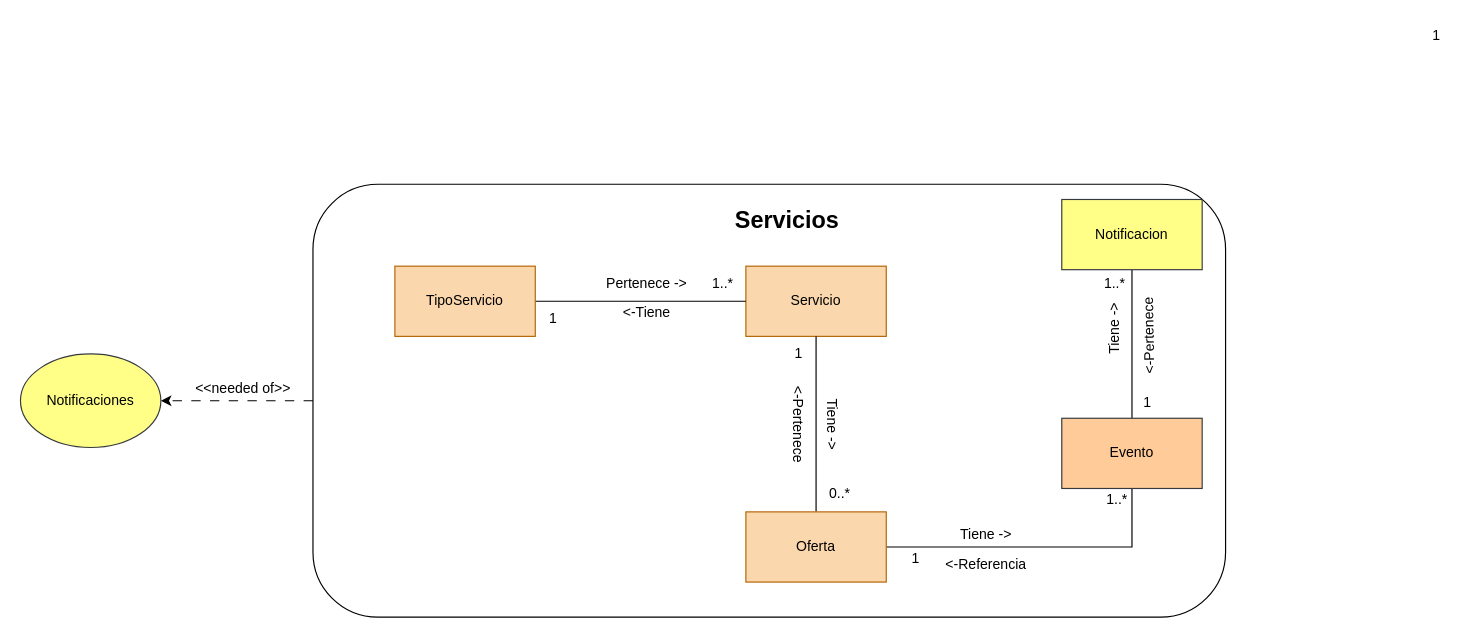
Above: page "4.5 Servicios-ModeloDominioAcotado" (8 of 16) of SpaOnline/ModeloDominioSpa.drawio in cristianospina/DOO (draw.io), before the change. Source tidied: cells renumbered, new cells numbered last; positions are measured from the earlier drawing's top-left corner, leaving out a move shared by most shapes. Both pictures are drawn from the tidied source at 117%, with x=0, y=0 at pixel (20, 20).
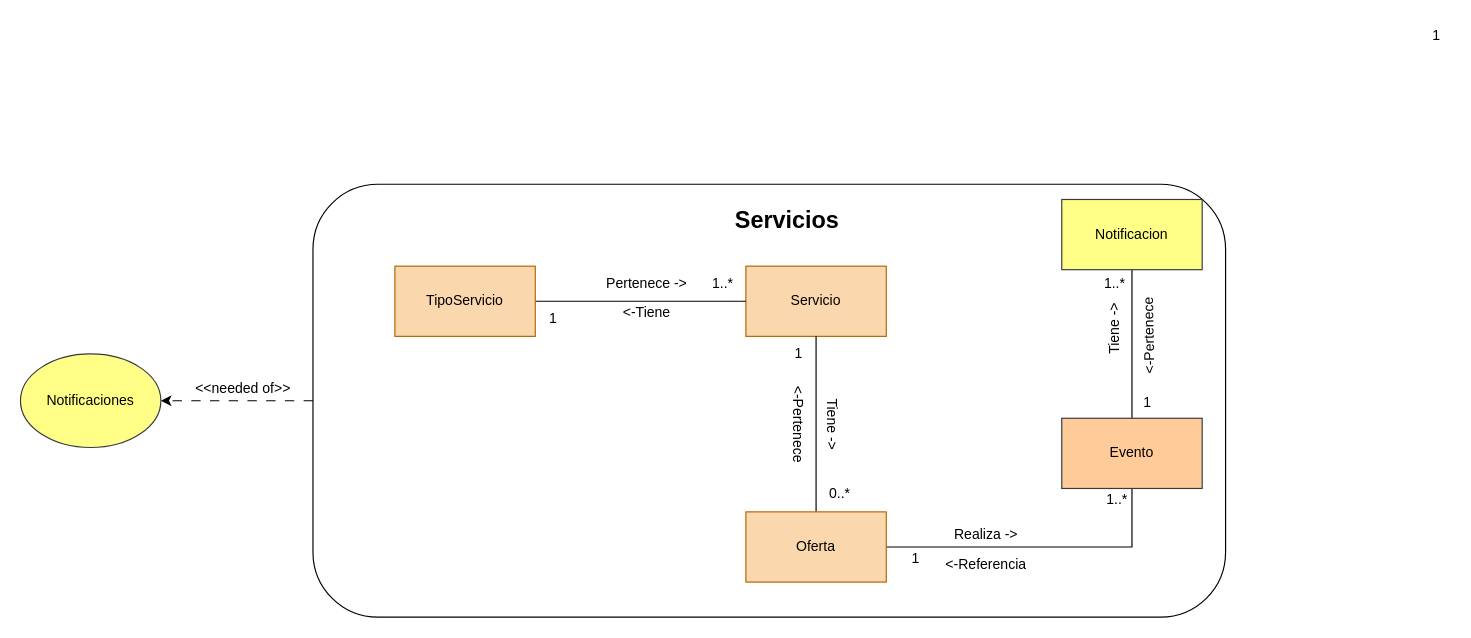
The same diagram, later.

Change to the diagram source:
```diff
@@
-    <mxCell id="23" value="Tiene -&amp;gt;" style="text;html=1;align=center;verticalAlign=middle;fillColor=none;" parent="1" vertex="1">
-      <mxGeometry x="790" y="425" width="70" height="30" as="geometry" />
+    <mxCell id="23" value="Realiza -&amp;gt;" style="text;html=1;align=center;verticalAlign=middle;fillColor=none;" parent="1" vertex="1">
+      <mxGeometry x="789" y="427" width="72" height="26" as="geometry" />
     </mxCell>
```
